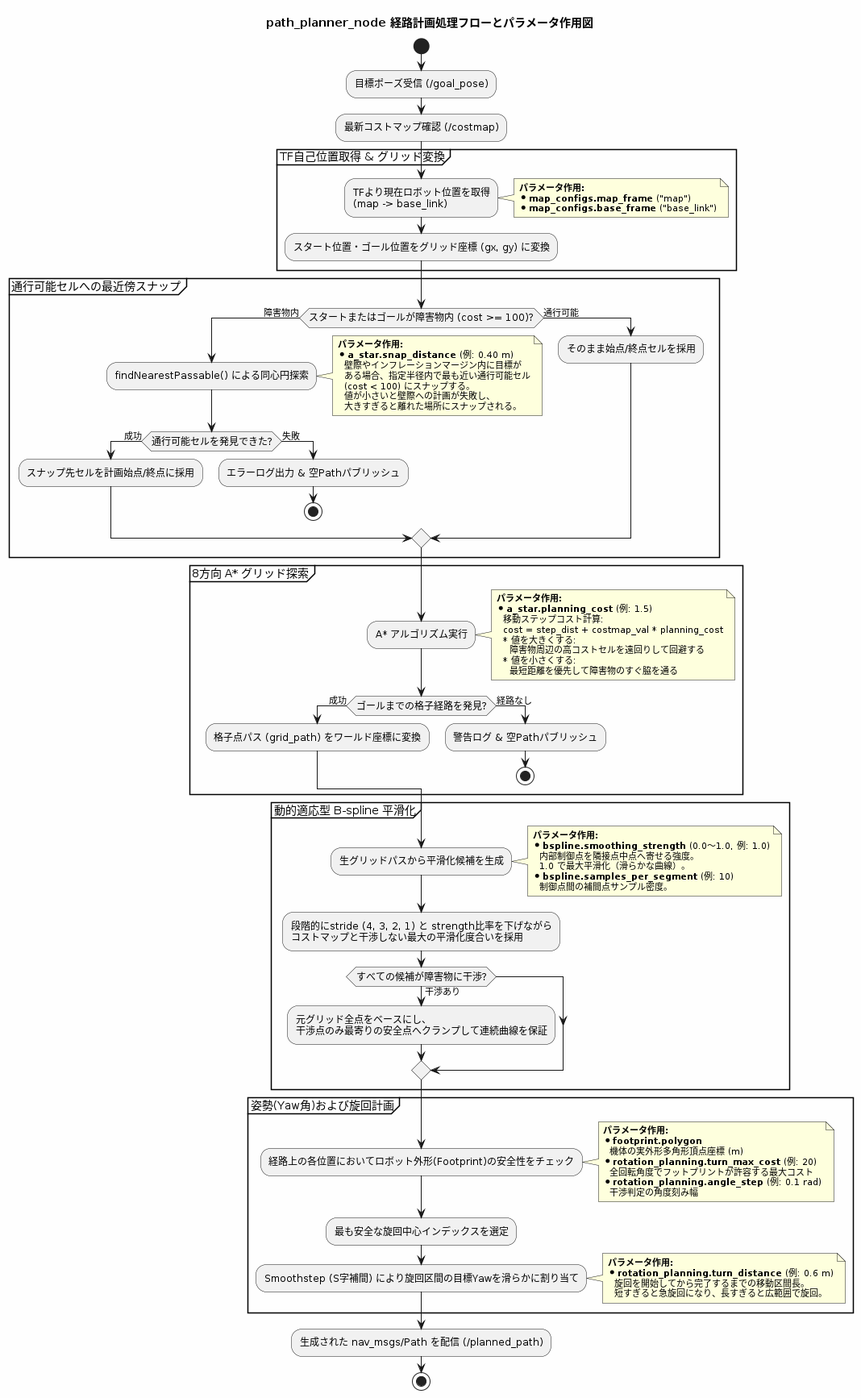
Above: docs/path_planner_flow.png in tmcit-ararobo-2026a/gn10-navigation (PlantUML), before the change. The source it was exported from:
```plantuml
@startuml path_planner_flow
skinparam backgroundColor #FEFEFE
skinparam activityFontSize 12
skinparam noteFontSize 11

title path_planner_node 経路計画処理フローとパラメータ作用図

start

:目標ポーズ受信 (/goal_pose);
:最新コストマップ確認 (/costmap);

partition "TF自己位置取得 & グリッド変換" {
    :TFより現在ロボット位置を取得\n(map -> base_link);
    note right
      <b>パラメータ作用:</b>
      * <b>map_configs.map_frame</b> ("map")
      * <b>map_configs.base_frame</b> ("base_link")
    end note
    :スタート位置・ゴール位置をグリッド座標 (gx, gy) に変換;
}

partition "通行可能セルへの最近傍スナップ" {
    if (スタートまたはゴールが障害物内 (cost >= 100)?) then (障害物内)
        :findNearestPassable() による同心円探索;
        note right
          <b>パラメータ作用:</b>
          * <b>a_star.snap_distance</b> (例: 0.40 m)
            壁際やインフレーションマージン内に目標が
            ある場合、指定半径内で最も近い通行可能セル
            (cost < 100) にスナップする。
            値が小さいと壁際への計画が失敗し、
            大きすぎると離れた場所にスナップされる。
        end note
        if (通行可能セルを発見できた?) then (成功)
            :スナップ先セルを計画始点/終点に採用;
        else (失敗)
            :エラーログ出力 & 空Pathパブリッシュ;
            stop
        end if
    else (通行可能)
        :そのまま始点/終点セルを採用;
    end if
}

partition "8方向 A* グリッド探索" {
    :A* アルゴリズム実行;
    note right
      <b>パラメータ作用:</b>
      * <b>a_star.planning_cost</b> (例: 1.5)
        移動ステップコスト計算:
        cost = step_dist + costmap_val * planning_cost
        * 値を大きくする:
          障害物周辺の高コストセルを遠回りして回避する
        * 値を小さくする:
          最短距離を優先して障害物のすぐ脇を通る
    end note
    if (ゴールまでの格子経路を発見?) then (成功)
        :格子点パス (grid_path) をワールド座標に変換;
    else (経路なし)
        :警告ログ & 空Pathパブリッシュ;
        stop
    end if
}

partition "動的適応型 B-spline 平滑化" {
    :生グリッドパスから平滑化候補を生成;
    note right
      <b>パラメータ作用:</b>
      * <b>bspline.smoothing_strength</b> (0.0〜1.0, 例: 1.0)
        内部制御点を隣接点中点へ寄せる強度。
        1.0 で最大平滑化（滑らかな曲線）。
      * <b>bspline.samples_per_segment</b> (例: 10)
        制御点間の補間点サンプル密度。
    end note
    :段階的にstride (4, 3, 2, 1) と strength比率を下げながら\nコストマップと干渉しない最大の平滑化度合いを採用;
    if (すべての候補が障害物に干渉?) then (干渉あり)
        :元グリッド全点をベースにし、\n干渉点のみ最寄りの安全点へクランプして連続曲線を保証;
    end if
}

partition "姿勢(Yaw角)および旋回計画" {
    :経路上の各位置においてロボット外形(Footprint)の安全性をチェック;
    note right
      <b>パラメータ作用:</b>
      * <b>footprint.polygon</b>
        機体の実外形多角形頂点座標 (m)
      * <b>rotation_planning.turn_max_cost</b> (例: 20)
        全回転角度でフットプリントが許容する最大コスト
      * <b>rotation_planning.angle_step</b> (例: 0.1 rad)
        干渉判定の角度刻み幅
    end note
    :最も安全な旋回中心インデックスを選定;
    :Smoothstep (S字補間) により旋回区間の目標Yawを滑らかに割り当て;
    note right
      <b>パラメータ作用:</b>
      * <b>rotation_planning.turn_distance</b> (例: 0.6 m)
        旋回を開始してから完了するまでの移動区間長。
        短すぎると急旋回になり、長すぎると広範囲で旋回。
    end note
}

:生成された nav_msgs/Path を配信 (/planned_path);

stop

@enduml
```
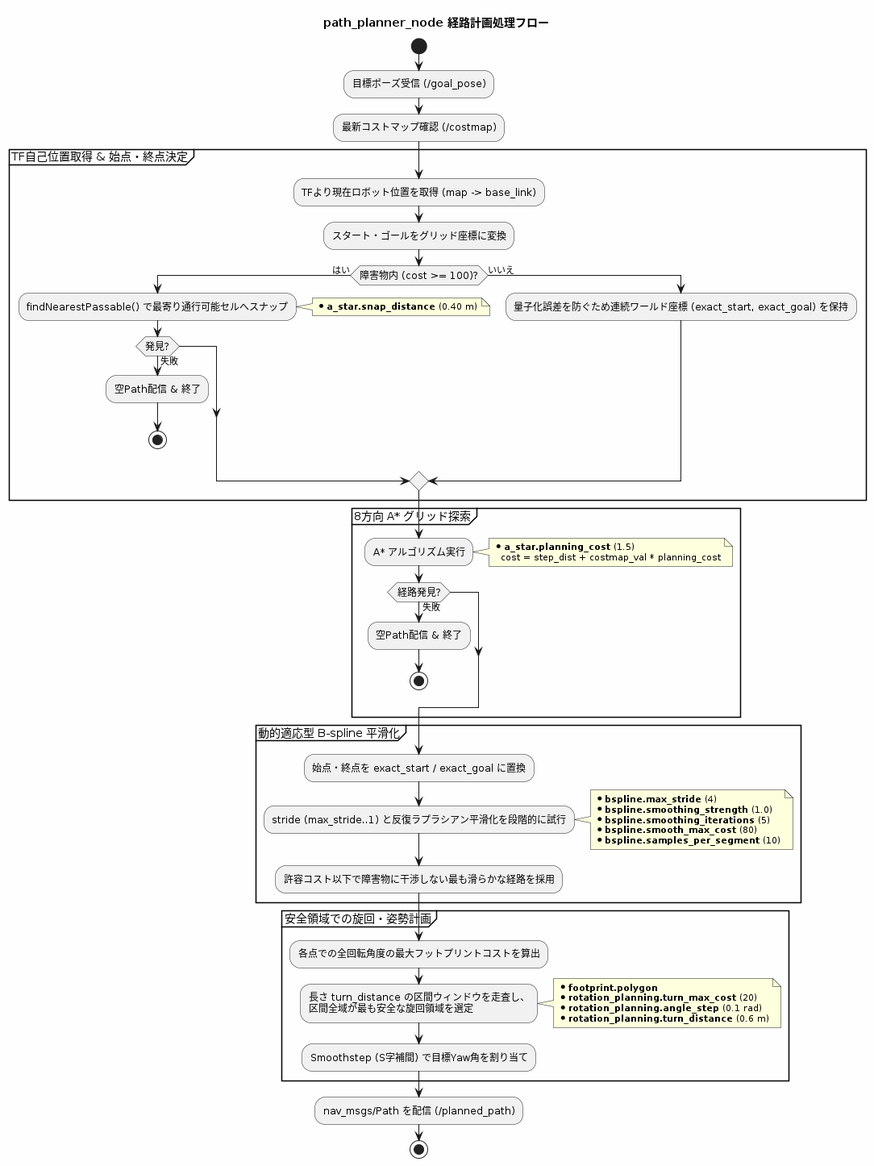
The same file after the commit.

What changed in the source:
```diff
@@ -3,104 +3,68 @@
 skinparam activityFontSize 12
 skinparam noteFontSize 11
 
-title path_planner_node 経路計画処理フローとパラメータ作用図
+title path_planner_node 経路計画処理フロー
 
 start
 
 :目標ポーズ受信 (/goal_pose);
 :最新コストマップ確認 (/costmap);
 
-partition "TF自己位置取得 & グリッド変換" {
-    :TFより現在ロボット位置を取得\n(map -> base_link);
-    note right
-      <b>パラメータ作用:</b>
-      * <b>map_configs.map_frame</b> ("map")
-      * <b>map_configs.base_frame</b> ("base_link")
-    end note
-    :スタート位置・ゴール位置をグリッド座標 (gx, gy) に変換;
-}
-
-partition "通行可能セルへの最近傍スナップ" {
-    if (スタートまたはゴールが障害物内 (cost >= 100)?) then (障害物内)
-        :findNearestPassable() による同心円探索;
+partition "TF自己位置取得 & 始点・終点決定" {
+    :TFより現在ロボット位置を取得 (map -> base_link);
+    :スタート・ゴールをグリッド座標に変換;
+    if (障害物内 (cost >= 100)?) then (はい)
+        :findNearestPassable() で最寄り通行可能セルへスナップ;
         note right
-          <b>パラメータ作用:</b>
-          * <b>a_star.snap_distance</b> (例: 0.40 m)
-            壁際やインフレーションマージン内に目標が
-            ある場合、指定半径内で最も近い通行可能セル
-            (cost < 100) にスナップする。
-            値が小さいと壁際への計画が失敗し、
-            大きすぎると離れた場所にスナップされる。
+          * <b>a_star.snap_distance</b> (0.40 m)
         end note
-        if (通行可能セルを発見できた?) then (成功)
-            :スナップ先セルを計画始点/終点に採用;
-        else (失敗)
-            :エラーログ出力 & 空Pathパブリッシュ;
+        if (発見?) then (失敗)
+            :空Path配信 & 終了;
             stop
-        end if
-    else (通行可能)
-        :そのまま始点/終点セルを採用;
-    end if
+        endif
+    else (いいえ)
+        :量子化誤差を防ぐため連続ワールド座標 (exact_start, exact_goal) を保持;
+    endif
 }
 
 partition "8方向 A* グリッド探索" {
     :A* アルゴリズム実行;
     note right
-      <b>パラメータ作用:</b>
-      * <b>a_star.planning_cost</b> (例: 1.5)
-        移動ステップコスト計算:
+      * <b>a_star.planning_cost</b> (1.5)
         cost = step_dist + costmap_val * planning_cost
-        * 値を大きくする:
-          障害物周辺の高コストセルを遠回りして回避する
-        * 値を小さくする:
-          最短距離を優先して障害物のすぐ脇を通る
     end note
-    if (ゴールまでの格子経路を発見?) then (成功)
-        :格子点パス (grid_path) をワールド座標に変換;
-    else (経路なし)
-        :警告ログ & 空Pathパブリッシュ;
+    if (経路発見?) then (失敗)
+        :空Path配信 & 終了;
         stop
-    end if
+    endif
 }
 
 partition "動的適応型 B-spline 平滑化" {
-    :生グリッドパスから平滑化候補を生成;
+    :始点・終点を exact_start / exact_goal に置換;
+    :stride (max_stride..1) と反復ラプラシアン平滑化を段階的に試行;
     note right
-      <b>パラメータ作用:</b>
-      * <b>bspline.smoothing_strength</b> (0.0〜1.0, 例: 1.0)
-        内部制御点を隣接点中点へ寄せる強度。
-        1.0 で最大平滑化（滑らかな曲線）。
-      * <b>bspline.samples_per_segment</b> (例: 10)
-        制御点間の補間点サンプル密度。
+      * <b>bspline.max_stride</b> (4)
+      * <b>bspline.smoothing_strength</b> (1.0)
+      * <b>bspline.smoothing_iterations</b> (5)
+      * <b>bspline.smooth_max_cost</b> (80)
+      * <b>bspline.samples_per_segment</b> (10)
     end note
-    :段階的にstride (4, 3, 2, 1) と strength比率を下げながら\nコストマップと干渉しない最大の平滑化度合いを採用;
-    if (すべての候補が障害物に干渉?) then (干渉あり)
-        :元グリッド全点をベースにし、\n干渉点のみ最寄りの安全点へクランプして連続曲線を保証;
-    end if
+    :許容コスト以下で障害物に干渉しない最も滑らかな経路を採用;
 }
 
-partition "姿勢(Yaw角)および旋回計画" {
-    :経路上の各位置においてロボット外形(Footprint)の安全性をチェック;
+partition "安全領域での旋回・姿勢計画" {
+    :各点での全回転角度の最大フットプリントコストを算出;
+    :長さ turn_distance の区間ウィンドウを走査し、\n区間全域が最も安全な旋回領域を選定;
     note right
-      <b>パラメータ作用:</b>
       * <b>footprint.polygon</b>
-        機体の実外形多角形頂点座標 (m)
-      * <b>rotation_planning.turn_max_cost</b> (例: 20)
-        全回転角度でフットプリントが許容する最大コスト
-      * <b>rotation_planning.angle_step</b> (例: 0.1 rad)
-        干渉判定の角度刻み幅
+      * <b>rotation_planning.turn_max_cost</b> (20)
+      * <b>rotation_planning.angle_step</b> (0.1 rad)
+      * <b>rotation_planning.turn_distance</b> (0.6 m)
     end note
-    :最も安全な旋回中心インデックスを選定;
-    :Smoothstep (S字補間) により旋回区間の目標Yawを滑らかに割り当て;
-    note right
-      <b>パラメータ作用:</b>
-      * <b>rotation_planning.turn_distance</b> (例: 0.6 m)
-        旋回を開始してから完了するまでの移動区間長。
-        短すぎると急旋回になり、長すぎると広範囲で旋回。
-    end note
+    :Smoothstep (S字補間) で目標Yaw角を割り当て;
 }
 
-:生成された nav_msgs/Path を配信 (/planned_path);
+:nav_msgs/Path を配信 (/planned_path);
 
 stop
 
```
